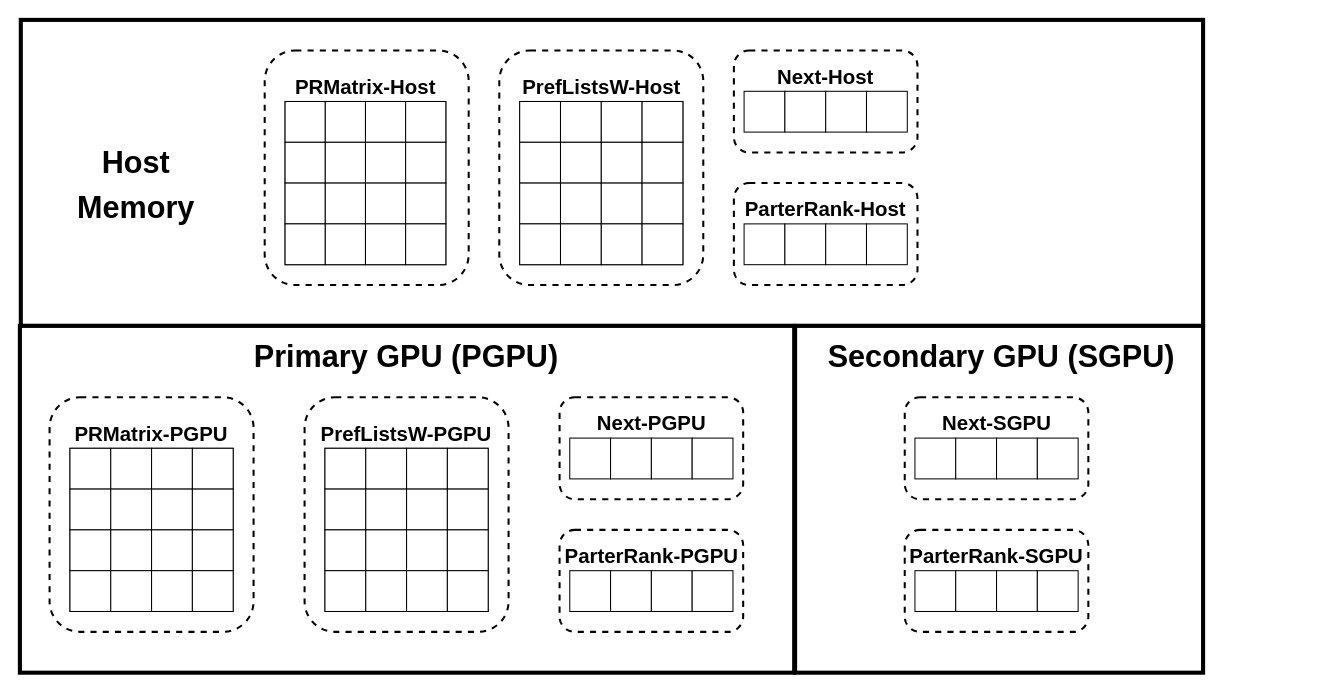
Above: DSInHybridSystem.drawio in victorliu-sq/BambooSMP-Figures (draw.io), before the change. Source tidied: cells renumbered, new cells numbered last; positions are measured from the earlier drawing's top-left corner, leaving out a move shared by most shapes. Both pictures are drawn from the tidied source at 102%, with x=0, y=0 at pixel (19, 19).
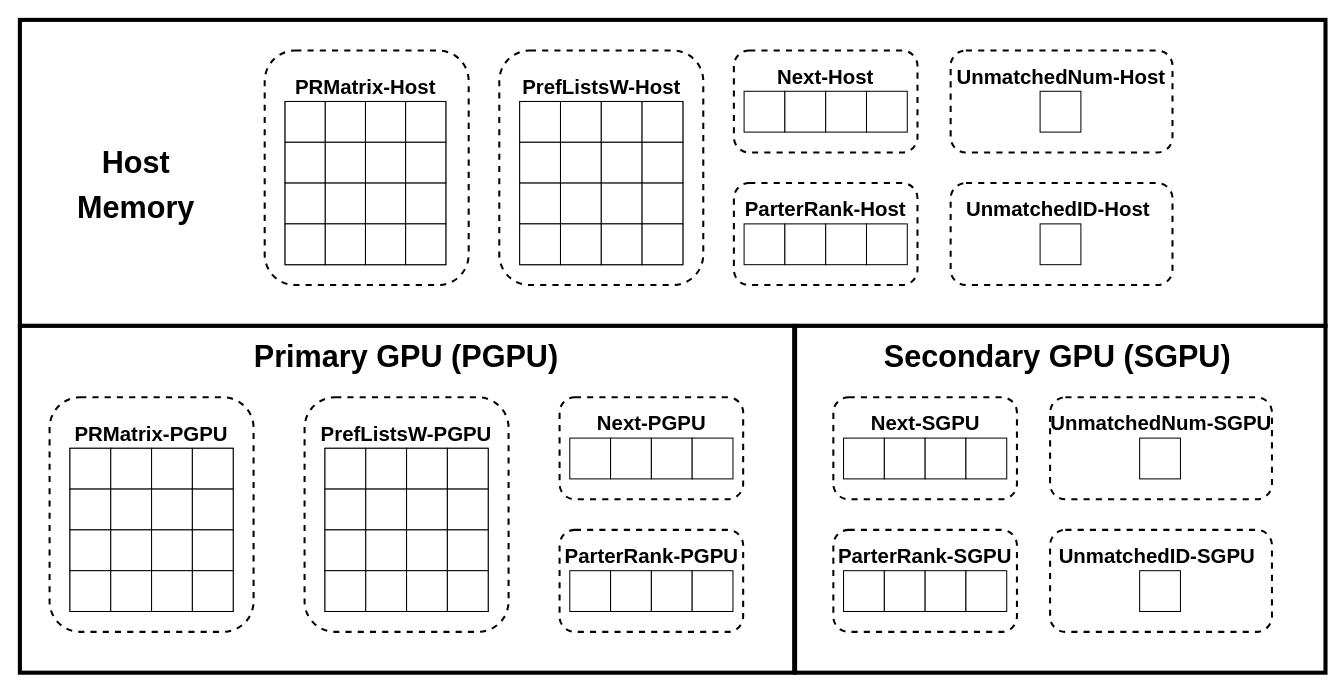
After the change.

What changed in the source:
```diff
@@
     <mxCell id="2" style="rounded=0;whiteSpace=wrap;html=1;strokeWidth=4;" parent="1" vertex="1">
-      <mxGeometry x="0.9" width="1159.1" height="300" as="geometry" />
+      <mxGeometry width="1280" height="300" as="geometry" />
     </mxCell>
+    <mxCell id="4" style="rounded=0;whiteSpace=wrap;html=1;strokeWidth=4;" parent="1" vertex="1">
+      <mxGeometry x="760" y="300" width="520" height="340" as="geometry" />
+    </mxCell>
+    <mxCell id="132" style="rounded=1;whiteSpace=wrap;html=1;fillColor=none;strokeWidth=2;dashed=1;" parent="1" vertex="1">
+      <mxGeometry x="912.5" y="160" width="217.5" height="100" as="geometry" />
+    </mxCell>
+    <mxCell id="133" style="rounded=1;whiteSpace=wrap;html=1;fillColor=none;strokeWidth=2;dashed=1;" parent="1" vertex="1">
+      <mxGeometry x="912.5" y="30" width="217.5" height="100" as="geometry" />
+    </mxCell>
@@
-    <mxCell id="4" style="rounded=0;whiteSpace=wrap;html=1;strokeWidth=4;" parent="1" vertex="1">
-      <mxGeometry x="760" y="300" width="400" height="340" as="geometry" />
-    </mxCell>
@@
-    <mxCell id="39" value="&lt;p&gt;&lt;b&gt;&lt;font style=&quot;font-size: 20px;&quot;&gt;ParterRank-Host&lt;/font&gt;&lt;/b&gt;&lt;/p&gt;" style="text;html=1;align=center;verticalAlign=middle;whiteSpace=wrap;rounded=0;" parent="1" vertex="1">
+    <mxCell id="39" value="&lt;p&gt;&lt;b&gt;&lt;font style=&quot;font-size: 20px;&quot;&gt;ParterRank-Host&lt;/font&gt;&lt;/b&gt;&lt;br&gt;&lt;/p&gt;" style="text;html=1;align=center;verticalAlign=middle;whiteSpace=wrap;rounded=0;" parent="1" vertex="1">
       <mxGeometry x="710" y="170" width="160" height="30" as="geometry" />
     </mxCell>
     <mxCell id="40" style="rounded=1;whiteSpace=wrap;html=1;fillColor=none;strokeWidth=2;dashed=1;" parent="1" vertex="1">
-      <mxGeometry x="867.5" y="500" width="180" height="100" as="geometry" />
+      <mxGeometry x="797.5" y="500" width="180" height="100" as="geometry" />
     </mxCell>
     <mxCell id="41" style="rounded=1;whiteSpace=wrap;html=1;fillColor=none;strokeWidth=2;dashed=1;" parent="1" vertex="1">
-      <mxGeometry x="867.5" y="370" width="180" height="100" as="geometry" />
+      <mxGeometry x="797.5" y="370" width="180" height="100" as="geometry" />
     </mxCell>
     <mxCell id="42" value="&lt;p style=&quot;font-size: 20px;&quot;&gt;&lt;b style=&quot;font-size: 20px;&quot;&gt;&lt;font style=&quot;font-size: 20px;&quot;&gt;Next-SGPU&lt;/font&gt;&lt;/b&gt;&lt;/p&gt;" style="text;html=1;align=center;verticalAlign=middle;whiteSpace=wrap;rounded=0;fontSize=20;" parent="1" vertex="1">
-      <mxGeometry x="893.8" y="380" width="127.5" height="30" as="geometry" />
+      <mxGeometry x="823.8" y="380" width="127.5" height="30" as="geometry" />
     </mxCell>
     <mxCell id="43" value="&lt;p style=&quot;font-size: 20px;&quot;&gt;&lt;b style=&quot;font-size: 20px;&quot;&gt;&lt;font style=&quot;font-size: 20px;&quot;&gt;ParterRank-SGPU&lt;/font&gt;&lt;/b&gt;&lt;/p&gt;" style="text;html=1;align=center;verticalAlign=middle;whiteSpace=wrap;rounded=0;fontSize=20;" parent="1" vertex="1">
-      <mxGeometry x="866.2" y="510" width="182.5" height="30" as="geometry" />
+      <mxGeometry x="796.2" y="510" width="182.5" height="30" as="geometry" />
     </mxCell>
     <mxCell id="44" value="&lt;b style=&quot;&quot;&gt;&lt;font style=&quot;font-size: 30px;&quot;&gt;Secondary GPU (SGPU)&lt;/font&gt;&lt;/b&gt;" style="rounded=1;whiteSpace=wrap;html=1;strokeColor=none;fillColor=none;" parent="1" vertex="1">
-      <mxGeometry x="790" y="310" width="345" height="40" as="geometry" />
+      <mxGeometry x="845" y="310" width="345" height="40" as="geometry" />
     </mxCell>
     <mxCell id="45" style="group;" parent="1" vertex="1">
-      <mxGeometry x="877.5" y="540" width="160" height="40" as="geometry" />
+      <mxGeometry x="807.5" y="540" width="160" height="40" as="geometry" />
     </mxCell>
@@
-    <mxCell id="50" style="group;" parent="1" vertex="1">
-      <mxGeometry x="877.5" y="410" width="160" height="80" as="geometry" />
-    </mxCell>
-    <mxCell id="51" style="group;" parent="50" vertex="1">
-      <mxGeometry width="160" height="40" as="geometry" />
-    </mxCell>
-    <mxCell id="52" style="rounded=0;whiteSpace=wrap;html=1;" parent="51" vertex="1">
-      <mxGeometry width="40" height="40" as="geometry" />
-    </mxCell>
-    <mxCell id="53" style="rounded=0;whiteSpace=wrap;html=1;" parent="51" vertex="1">
-      <mxGeometry x="40" width="40" height="40" as="geometry" />
-    </mxCell>
-    <mxCell id="54" style="rounded=0;whiteSpace=wrap;html=1;" parent="51" vertex="1">
-      <mxGeometry x="80" width="40" height="40" as="geometry" />
-    </mxCell>
-    <mxCell id="55" style="rounded=0;whiteSpace=wrap;html=1;" parent="51" vertex="1">
-      <mxGeometry x="120" width="40" height="40" as="geometry" />
-    </mxCell>
@@
+    <mxCell id="134" style="rounded=0;whiteSpace=wrap;html=1;" parent="1" vertex="1">
+      <mxGeometry x="1000.2" y="200" width="40" height="40" as="geometry" />
+    </mxCell>
+    <mxCell id="135" style="rounded=0;whiteSpace=wrap;html=1;" parent="1" vertex="1">
+      <mxGeometry x="1000.2" y="70" width="40" height="40" as="geometry" />
+    </mxCell>
+    <mxCell id="136" value="&lt;p&gt;&lt;b&gt;&lt;font style=&quot;font-size: 20px;&quot;&gt;UnmatchedNum-Host&lt;/font&gt;&lt;/b&gt;&lt;br&gt;&lt;/p&gt;" style="text;html=1;align=center;verticalAlign=middle;whiteSpace=wrap;rounded=0;" parent="1" vertex="1">
+      <mxGeometry x="916.2" y="40" width="210" height="30" as="geometry" />
+    </mxCell>
+    <mxCell id="137" value="&lt;p&gt;&lt;b&gt;&lt;font style=&quot;font-size: 20px;&quot;&gt;UnmatchedID-Host&lt;/font&gt;&lt;/b&gt;&lt;br&gt;&lt;/p&gt;" style="text;html=1;align=center;verticalAlign=middle;whiteSpace=wrap;rounded=0;" parent="1" vertex="1">
+      <mxGeometry x="912.5" y="170" width="210" height="30" as="geometry" />
+    </mxCell>
+    <mxCell id="138" style="rounded=1;whiteSpace=wrap;html=1;fillColor=none;strokeWidth=2;dashed=1;" parent="1" vertex="1">
+      <mxGeometry x="1010" y="500" width="217.5" height="100" as="geometry" />
+    </mxCell>
+    <mxCell id="139" style="rounded=1;whiteSpace=wrap;html=1;fillColor=none;strokeWidth=2;dashed=1;" parent="1" vertex="1">
+      <mxGeometry x="1010" y="370" width="217.5" height="100" as="geometry" />
+    </mxCell>
+    <mxCell id="140" style="rounded=0;whiteSpace=wrap;html=1;" parent="1" vertex="1">
+      <mxGeometry x="1097.8" y="540" width="40" height="40" as="geometry" />
+    </mxCell>
+    <mxCell id="141" style="rounded=0;whiteSpace=wrap;html=1;" parent="1" vertex="1">
+      <mxGeometry x="1097.8" y="410" width="40" height="40" as="geometry" />
+    </mxCell>
+    <mxCell id="142" value="&lt;p&gt;&lt;b&gt;&lt;font style=&quot;font-size: 20px;&quot;&gt;UnmatchedNum-SGPU&lt;/font&gt;&lt;/b&gt;&lt;br&gt;&lt;/p&gt;" style="text;html=1;align=center;verticalAlign=middle;whiteSpace=wrap;rounded=0;" parent="1" vertex="1">
+      <mxGeometry x="1005.6" y="380" width="226.2" height="30" as="geometry" />
+    </mxCell>
+    <mxCell id="143" value="&lt;p&gt;&lt;b&gt;&lt;font style=&quot;font-size: 20px;&quot;&gt;UnmatchedID-SGPU&lt;/font&gt;&lt;/b&gt;&lt;br&gt;&lt;/p&gt;" style="text;html=1;align=center;verticalAlign=middle;whiteSpace=wrap;rounded=0;" parent="1" vertex="1">
+      <mxGeometry x="1010" y="510" width="210" height="30" as="geometry" />
+    </mxCell>
+    <mxCell id="52" style="rounded=0;whiteSpace=wrap;html=1;" parent="1" vertex="1">
+      <mxGeometry x="807.5" y="410" width="40" height="40" as="geometry" />
+    </mxCell>
+    <mxCell id="53" style="rounded=0;whiteSpace=wrap;html=1;" parent="1" vertex="1">
+      <mxGeometry x="847.5" y="410" width="40" height="40" as="geometry" />
+    </mxCell>
+    <mxCell id="54" style="rounded=0;whiteSpace=wrap;html=1;" parent="1" vertex="1">
+      <mxGeometry x="887.5" y="410" width="40" height="40" as="geometry" />
+    </mxCell>
+    <mxCell id="55" style="rounded=0;whiteSpace=wrap;html=1;" parent="1" vertex="1">
+      <mxGeometry x="927.5" y="410" width="40" height="40" as="geometry" />
+    </mxCell>
```
